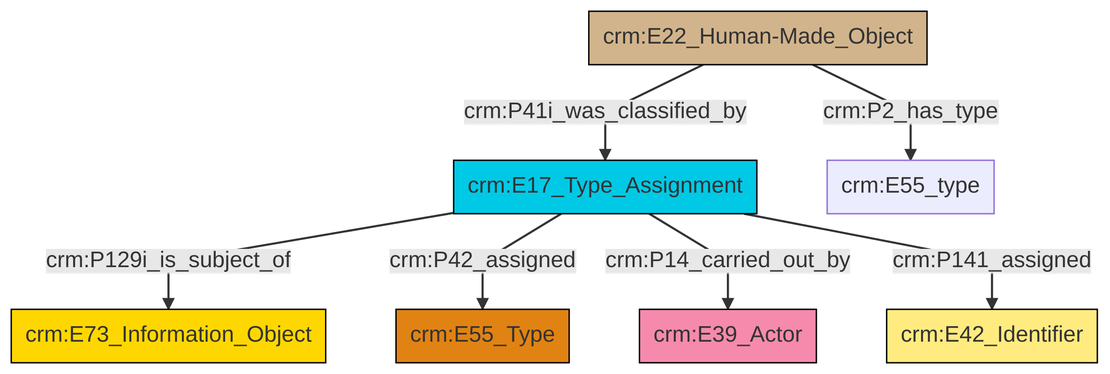
Earlier version of the Mermaid export et/builtWorkCSV/ttl/mmd/png/Built_Work_designation_status.png (swiss-art-research-net/docs.swissartresearch). Its source is kept beside it as et/builtWorkCSV/ttl/mmd/Built_Work_designation_status.ttl.mmd.
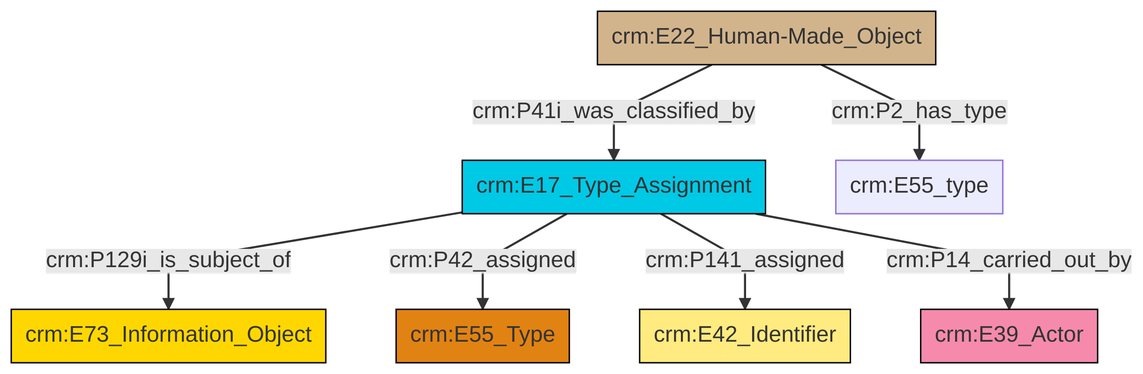
After the commit.

What changed in the source:
```diff
@@ -13,9 +13,9 @@
 classDef PC_Classes fill:#4ce600, stroke:#000000;
 classDef Multi fill:#cccccc,stroke:#000000;
 
-2["crm:E17_Type_Assignment"]:::Temporal_Entity -->|crm:P129i_is_subject_of| 0["crm:E73_Information_Object"]:::Conceptual_Object
-2["crm:E17_Type_Assignment"]:::Temporal_Entity -->|crm:P42_assigned| 6["crm:E55_Type"]:::Type
-10["crm:E22_Human-Made_Object"]:::Physical_Thing -->|crm:P2_has_type| 11["crm:E55_type"]:::Default
-10["crm:E22_Human-Made_Object"]:::Physical_Thing -->|crm:P41i_was_classified_by| 2["crm:E17_Type_Assignment"]:::Temporal_Entity
-2["crm:E17_Type_Assignment"]:::Temporal_Entity -->|crm:P14_carried_out_by| 4["crm:E39_Actor"]:::Actor
-2["crm:E17_Type_Assignment"]:::Temporal_Entity -->|crm:P141_assigned| 7["crm:E42_Identifier"]:::Appellation
+0["crm:E17_Type_Assignment"]:::Temporal_Entity -->|crm:P129i_is_subject_of| 1["crm:E73_Information_Object"]:::Conceptual_Object
+0["crm:E17_Type_Assignment"]:::Temporal_Entity -->|crm:P42_assigned| 2["crm:E55_Type"]:::Type
+0["crm:E17_Type_Assignment"]:::Temporal_Entity -->|crm:P141_assigned| 4["crm:E42_Identifier"]:::Appellation
+7["crm:E22_Human-Made_Object"]:::Physical_Thing -->|crm:P2_has_type| 9["crm:E55_type"]:::Default
+7["crm:E22_Human-Made_Object"]:::Physical_Thing -->|crm:P41i_was_classified_by| 0["crm:E17_Type_Assignment"]:::Temporal_Entity
+0["crm:E17_Type_Assignment"]:::Temporal_Entity -->|crm:P14_carried_out_by| 13["crm:E39_Actor"]:::Actor
```
